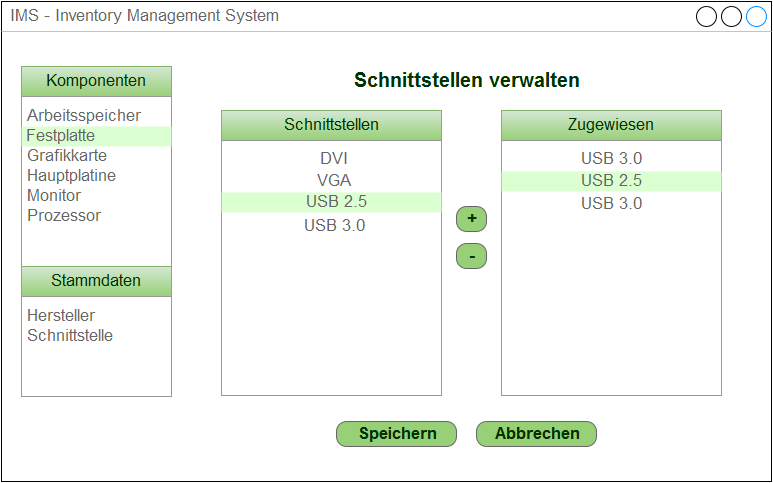
This is Doku/Mockups/mockup_interfaces.png from DarksideCode/Inventory-Management-System, a draw.io export, as it was before one commit. Source tidied: cells renumbered, new cells last; positions are measured from the earlier drawing's top-left corner, leaving out a move shared by most shapes. Its diagram source:
```xml
<mxGraphModel background="#ffffff">
  <root>
    <mxCell id="0" />
    <mxCell id="1" parent="0" />
    <mxCell id="2" value="IMS - Inventory Management System&lt;br&gt;" style="strokeWidth=1;shadow=0;dashed=0;align=center;html=1;shape=mxgraph.mockup.containers.window;align=left;verticalAlign=top;spacingLeft=8;strokeColor2=#008cff;strokeColor3=#c4c4c4;fontColor=#666666;fillColor=#ffffff;mainText=;fontSize=17;" parent="1" vertex="1">
      <mxGeometry width="770" height="480" as="geometry" />
    </mxCell>
    <mxCell id="3" value="&lt;font style=&quot;font-size: 15px&quot;&gt;&lt;b&gt;&lt;font style=&quot;font-size: 20px&quot;&gt;Schnittstellen verwalten&lt;br&gt;&lt;/font&gt;&lt;/b&gt;&lt;/font&gt;" style="text;html=1;strokeColor=none;fillColor=none;align=center;verticalAlign=middle;whiteSpace=wrap;overflow=hidden;rounded=0;glass=0;fontColor=#003300;" parent="1" vertex="1">
      <mxGeometry x="350" y="65" width="230" height="30" as="geometry" />
    </mxCell>
    <mxCell id="4" value="Komponenten" style="strokeWidth=1;shadow=0;dashed=0;align=center;html=1;shape=mxgraph.mockup.forms.rrect;rSize=0;fontColor=#003300;fontSize=17;plain-green;" parent="1" vertex="1">
      <mxGeometry x="20" y="65" width="150" height="30" as="geometry" />
    </mxCell>
    <mxCell id="5" style="strokeWidth=1;shadow=0;dashed=0;align=center;html=1;shape=mxgraph.mockup.forms.rrect;rSize=0;strokeColor=#999999;fillColor=#ffffff;" parent="1" vertex="1">
      <mxGeometry x="20" y="95" width="150" height="170" as="geometry" />
    </mxCell>
    <mxCell id="6" value="Arbeitsspeicher" style="strokeWidth=1;shadow=0;dashed=0;align=center;html=1;shape=mxgraph.mockup.forms.anchor;fontSize=17;fontColor=#666666;align=left;spacingLeft=5;" parent="5" vertex="1">
      <mxGeometry y="10" width="150" height="20" as="geometry" />
    </mxCell>
    <mxCell id="7" value="Hauptplatine" style="strokeWidth=1;shadow=0;dashed=0;align=center;html=1;shape=mxgraph.mockup.forms.anchor;fontSize=17;fontColor=#666666;align=left;spacingLeft=5;" parent="5" vertex="1">
      <mxGeometry y="70" width="150" height="20" as="geometry" />
    </mxCell>
    <mxCell id="8" value="Prozessor" style="strokeWidth=1;shadow=0;dashed=0;align=center;html=1;shape=mxgraph.mockup.forms.anchor;fontSize=17;fontColor=#666666;align=left;spacingLeft=5;" parent="5" vertex="1">
      <mxGeometry y="110" width="150" height="20" as="geometry" />
    </mxCell>
    <mxCell id="9" value="Festplatte" style="strokeWidth=1;shadow=0;dashed=0;align=center;html=1;shape=mxgraph.mockup.forms.rrect;rSize=0;fontSize=17;fontColor=#666666;align=left;spacingLeft=5;fillColor=#DCFFD1;strokeColor=none;" parent="5" vertex="1">
      <mxGeometry y="30" width="150" height="20" as="geometry" />
    </mxCell>
    <mxCell id="10" value="Grafikkarte" style="strokeWidth=1;shadow=0;dashed=0;align=center;html=1;shape=mxgraph.mockup.forms.anchor;fontSize=17;fontColor=#666666;align=left;spacingLeft=5;" parent="5" vertex="1">
      <mxGeometry y="50" width="150" height="20" as="geometry" />
    </mxCell>
    <mxCell id="11" value="Stammdaten" style="strokeWidth=1;shadow=0;dashed=0;align=center;html=1;shape=mxgraph.mockup.forms.rrect;rSize=0;fontColor=#003300;fontSize=17;plain-green;" parent="1" vertex="1">
      <mxGeometry x="20" y="265" width="150" height="30" as="geometry" />
    </mxCell>
    <mxCell id="12" value="Monitor" style="strokeWidth=1;shadow=0;dashed=0;align=center;html=1;shape=mxgraph.mockup.forms.anchor;fontSize=17;fontColor=#666666;align=left;spacingLeft=5;" parent="1" vertex="1">
      <mxGeometry x="20" y="185" width="150" height="20" as="geometry" />
    </mxCell>
    <mxCell id="13" style="strokeWidth=1;shadow=0;dashed=0;align=center;html=1;shape=mxgraph.mockup.forms.rrect;rSize=0;strokeColor=#999999;fillColor=#ffffff;" parent="1" vertex="1">
      <mxGeometry x="20" y="295" width="150" height="100" as="geometry" />
    </mxCell>
    <mxCell id="14" value="Hersteller" style="strokeWidth=1;shadow=0;dashed=0;align=center;html=1;shape=mxgraph.mockup.forms.anchor;fontSize=17;fontColor=#666666;align=left;spacingLeft=5;" parent="1" vertex="1">
      <mxGeometry x="20" y="305" width="150" height="20" as="geometry" />
    </mxCell>
    <mxCell id="15" value="Schnittstelle" style="strokeWidth=1;shadow=0;dashed=0;align=center;html=1;shape=mxgraph.mockup.forms.anchor;fontSize=17;fontColor=#666666;align=left;spacingLeft=5;" parent="1" vertex="1">
      <mxGeometry x="20" y="325" width="150" height="20" as="geometry" />
    </mxCell>
    <mxCell id="16" value="Speichern" style="strokeWidth=1;shadow=0;dashed=0;align=center;html=1;shape=mxgraph.mockup.buttons.button;strokeColor=#666666;fontColor=#003300;mainText=;buttonStyle=round;fontSize=17;fontStyle=1;fillColor=#97D077;whiteSpace=wrap;rounded=0;glass=0;" parent="1" vertex="1">
      <mxGeometry x="335" y="420" width="120" height="25" as="geometry" />
    </mxCell>
    <mxCell id="17" value="Abbrechen" style="strokeWidth=1;shadow=0;dashed=0;align=center;html=1;shape=mxgraph.mockup.buttons.button;strokeColor=#666666;fontColor=#003300;mainText=;buttonStyle=round;fontSize=17;fontStyle=1;fillColor=#97D077;whiteSpace=wrap;rounded=0;glass=0;" parent="1" vertex="1">
      <mxGeometry x="475" y="420" width="120" height="25" as="geometry" />
    </mxCell>
    <mxCell id="18" value="Schnittstellen" style="strokeWidth=1;shadow=0;dashed=0;align=center;html=1;shape=mxgraph.mockup.forms.rrect;rSize=0;fontColor=#003300;fontSize=17;plain-green;" parent="1" vertex="1">
      <mxGeometry x="220" y="109" width="220" height="30" as="geometry" />
    </mxCell>
    <mxCell id="19" style="strokeWidth=1;shadow=0;dashed=0;align=center;html=1;shape=mxgraph.mockup.forms.rrect;rSize=0;strokeColor=#999999;fillColor=#ffffff;" parent="1" vertex="1">
      <mxGeometry x="220" y="139" width="220" height="255" as="geometry" />
    </mxCell>
    <mxCell id="20" value="DVI" style="strokeWidth=1;shadow=0;dashed=0;align=center;html=1;shape=mxgraph.mockup.forms.anchor;fontSize=17;fontColor=#666666;align=left;spacingLeft=5;" parent="1" vertex="1">
      <mxGeometry x="313" y="148" width="40" height="20" as="geometry" />
    </mxCell>
    <mxCell id="21" value="VGA" style="strokeWidth=1;shadow=0;dashed=0;align=center;html=1;shape=mxgraph.mockup.forms.anchor;fontSize=17;fontColor=#666666;align=left;spacingLeft=5;" parent="1" vertex="1">
      <mxGeometry x="310" y="170" width="50" height="20" as="geometry" />
    </mxCell>
    <mxCell id="22" value="&lt;div align=&quot;center&quot;&gt;&amp;nbsp;&amp;nbsp;&amp;nbsp;&amp;nbsp;&amp;nbsp;&amp;nbsp;&amp;nbsp;&amp;nbsp;&amp;nbsp;&amp;nbsp;&amp;nbsp;&amp;nbsp;&amp;nbsp;&amp;nbsp;&amp;nbsp; USB 2.5&lt;br&gt;&lt;/div&gt;" style="strokeWidth=1;shadow=0;dashed=0;align=center;html=1;shape=mxgraph.mockup.forms.rrect;rSize=0;fontSize=17;fontColor=#666666;align=left;spacingLeft=5;fillColor=#DCFFD1;strokeColor=none;fontStyle=0;" parent="1" vertex="1">
      <mxGeometry x="220" y="191" width="220" height="20" as="geometry" />
    </mxCell>
    <mxCell id="23" value="USB 3.0&lt;br&gt;" style="strokeWidth=1;shadow=0;dashed=0;align=center;html=1;shape=mxgraph.mockup.forms.anchor;fontSize=17;fontColor=#666666;align=left;spacingLeft=5;" parent="1" vertex="1">
      <mxGeometry x="297" y="215" width="72" height="20" as="geometry" />
    </mxCell>
    <mxCell id="24" value="+" style="strokeWidth=1;shadow=0;dashed=0;align=center;html=1;shape=mxgraph.mockup.buttons.button;strokeColor=#666666;fontColor=#003300;mainText=;buttonStyle=round;fontSize=17;fontStyle=1;fillColor=#97D077;whiteSpace=wrap;rounded=0;glass=0;" parent="1" vertex="1">
      <mxGeometry x="455" y="205" width="30" height="25" as="geometry" />
    </mxCell>
    <mxCell id="25" value="-" style="strokeWidth=1;shadow=0;dashed=0;align=center;html=1;shape=mxgraph.mockup.buttons.button;strokeColor=#666666;fontColor=#003300;mainText=;buttonStyle=round;fontSize=17;fontStyle=1;fillColor=#97D077;whiteSpace=wrap;rounded=0;glass=0;" parent="1" vertex="1">
      <mxGeometry x="455" y="242" width="30" height="25" as="geometry" />
    </mxCell>
    <mxCell id="26" value="Zugewiesen" style="strokeWidth=1;shadow=0;dashed=0;align=center;html=1;shape=mxgraph.mockup.forms.rrect;rSize=0;fontColor=#003300;fontSize=17;plain-green;" parent="1" vertex="1">
      <mxGeometry x="500" y="109" width="220" height="30" as="geometry" />
    </mxCell>
    <mxCell id="27" style="strokeWidth=1;shadow=0;dashed=0;align=center;html=1;shape=mxgraph.mockup.forms.rrect;rSize=0;strokeColor=#999999;fillColor=#ffffff;" parent="1" vertex="1">
      <mxGeometry x="500" y="139" width="220" height="255" as="geometry" />
    </mxCell>
    <mxCell id="28" value="USB 3.0&lt;br&gt;" style="strokeWidth=1;shadow=0;dashed=0;align=center;html=1;shape=mxgraph.mockup.forms.anchor;fontSize=17;fontColor=#666666;align=left;spacingLeft=5;" parent="1" vertex="1">
      <mxGeometry x="574" y="148" width="72" height="20" as="geometry" />
    </mxCell>
    <mxCell id="29" value="&lt;div align=&quot;center&quot;&gt;&amp;nbsp;&amp;nbsp;&amp;nbsp;&amp;nbsp;&amp;nbsp;&amp;nbsp;&amp;nbsp;&amp;nbsp;&amp;nbsp;&amp;nbsp;&amp;nbsp;&amp;nbsp;&amp;nbsp;&amp;nbsp; USB 2.5&lt;br&gt;&lt;/div&gt;" style="strokeWidth=1;shadow=0;dashed=0;align=center;html=1;shape=mxgraph.mockup.forms.rrect;rSize=0;fontSize=17;fontColor=#666666;align=left;spacingLeft=5;fillColor=#DCFFD1;strokeColor=none;fontStyle=0;" parent="1" vertex="1">
      <mxGeometry x="500" y="170" width="220" height="20" as="geometry" />
    </mxCell>
    <mxCell id="30" value="USB 3.0&lt;br&gt;" style="strokeWidth=1;shadow=0;dashed=0;align=center;html=1;shape=mxgraph.mockup.forms.anchor;fontSize=17;fontColor=#666666;align=left;spacingLeft=5;" parent="1" vertex="1">
      <mxGeometry x="574" y="193" width="72" height="20" as="geometry" />
    </mxCell>
  </root>
</mxGraphModel>
```
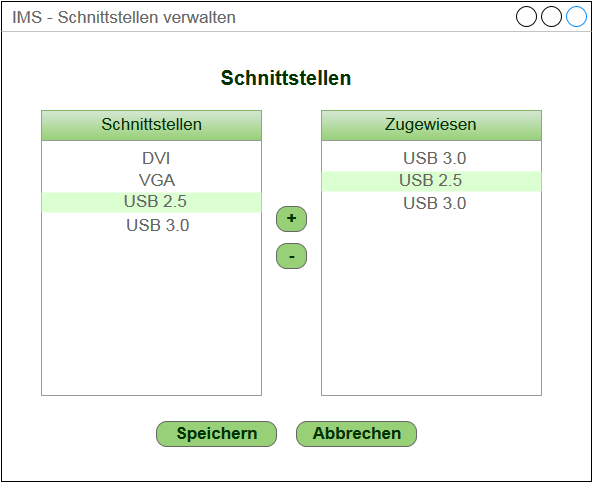
Later version of the same file.

The edit, as a diff of the source:
```diff
@@ -2,48 +2,12 @@
   <root>
     <mxCell id="0" />
     <mxCell id="1" parent="0" />
-    <mxCell id="2" value="IMS - Inventory Management System&lt;br&gt;" style="strokeWidth=1;shadow=0;dashed=0;align=center;html=1;shape=mxgraph.mockup.containers.window;align=left;verticalAlign=top;spacingLeft=8;strokeColor2=#008cff;strokeColor3=#c4c4c4;fontColor=#666666;fillColor=#ffffff;mainText=;fontSize=17;" parent="1" vertex="1">
-      <mxGeometry width="770" height="480" as="geometry" />
+    <mxCell id="2" value="IMS - Schnittstellen verwalten&lt;br&gt;" style="strokeWidth=1;shadow=0;dashed=0;align=center;html=1;shape=mxgraph.mockup.containers.window;align=left;verticalAlign=top;spacingLeft=8;strokeColor2=#008cff;strokeColor3=#c4c4c4;fontColor=#666666;fillColor=#ffffff;mainText=;fontSize=17;" parent="1" vertex="1">
+      <mxGeometry x="180" width="590" height="480" as="geometry" />
     </mxCell>
     <mxCell id="3" value="&lt;font style=&quot;font-size: 15px&quot;&gt;&lt;b&gt;&lt;font style=&quot;font-size: 20px&quot;&gt;Schnittstellen verwalten&lt;br&gt;&lt;/font&gt;&lt;/b&gt;&lt;/font&gt;" style="text;html=1;strokeColor=none;fillColor=none;align=center;verticalAlign=middle;whiteSpace=wrap;overflow=hidden;rounded=0;glass=0;fontColor=#003300;" parent="1" vertex="1">
       <mxGeometry x="350" y="65" width="230" height="30" as="geometry" />
     </mxCell>
-    <mxCell id="4" value="Komponenten" style="strokeWidth=1;shadow=0;dashed=0;align=center;html=1;shape=mxgraph.mockup.forms.rrect;rSize=0;fontColor=#003300;fontSize=17;plain-green;" parent="1" vertex="1">
-      <mxGeometry x="20" y="65" width="150" height="30" as="geometry" />
-    </mxCell>
-    <mxCell id="5" style="strokeWidth=1;shadow=0;dashed=0;align=center;html=1;shape=mxgraph.mockup.forms.rrect;rSize=0;strokeColor=#999999;fillColor=#ffffff;" parent="1" vertex="1">
-      <mxGeometry x="20" y="95" width="150" height="170" as="geometry" />
-    </mxCell>
-    <mxCell id="6" value="Arbeitsspeicher" style="strokeWidth=1;shadow=0;dashed=0;align=center;html=1;shape=mxgraph.mockup.forms.anchor;fontSize=17;fontColor=#666666;align=left;spacingLeft=5;" parent="5" vertex="1">
-      <mxGeometry y="10" width="150" height="20" as="geometry" />
-    </mxCell>
-    <mxCell id="7" value="Hauptplatine" style="strokeWidth=1;shadow=0;dashed=0;align=center;html=1;shape=mxgraph.mockup.forms.anchor;fontSize=17;fontColor=#666666;align=left;spacingLeft=5;" parent="5" vertex="1">
-      <mxGeometry y="70" width="150" height="20" as="geometry" />
-    </mxCell>
-    <mxCell id="8" value="Prozessor" style="strokeWidth=1;shadow=0;dashed=0;align=center;html=1;shape=mxgraph.mockup.forms.anchor;fontSize=17;fontColor=#666666;align=left;spacingLeft=5;" parent="5" vertex="1">
-      <mxGeometry y="110" width="150" height="20" as="geometry" />
-    </mxCell>
-    <mxCell id="9" value="Festplatte" style="strokeWidth=1;shadow=0;dashed=0;align=center;html=1;shape=mxgraph.mockup.forms.rrect;rSize=0;fontSize=17;fontColor=#666666;align=left;spacingLeft=5;fillColor=#DCFFD1;strokeColor=none;" parent="5" vertex="1">
-      <mxGeometry y="30" width="150" height="20" as="geometry" />
-    </mxCell>
-    <mxCell id="10" value="Grafikkarte" style="strokeWidth=1;shadow=0;dashed=0;align=center;html=1;shape=mxgraph.mockup.forms.anchor;fontSize=17;fontColor=#666666;align=left;spacingLeft=5;" parent="5" vertex="1">
-      <mxGeometry y="50" width="150" height="20" as="geometry" />
-    </mxCell>
-    <mxCell id="11" value="Stammdaten" style="strokeWidth=1;shadow=0;dashed=0;align=center;html=1;shape=mxgraph.mockup.forms.rrect;rSize=0;fontColor=#003300;fontSize=17;plain-green;" parent="1" vertex="1">
-      <mxGeometry x="20" y="265" width="150" height="30" as="geometry" />
-    </mxCell>
-    <mxCell id="12" value="Monitor" style="strokeWidth=1;shadow=0;dashed=0;align=center;html=1;shape=mxgraph.mockup.forms.anchor;fontSize=17;fontColor=#666666;align=left;spacingLeft=5;" parent="1" vertex="1">
-      <mxGeometry x="20" y="185" width="150" height="20" as="geometry" />
-    </mxCell>
-    <mxCell id="13" style="strokeWidth=1;shadow=0;dashed=0;align=center;html=1;shape=mxgraph.mockup.forms.rrect;rSize=0;strokeColor=#999999;fillColor=#ffffff;" parent="1" vertex="1">
-      <mxGeometry x="20" y="295" width="150" height="100" as="geometry" />
-    </mxCell>
-    <mxCell id="14" value="Hersteller" style="strokeWidth=1;shadow=0;dashed=0;align=center;html=1;shape=mxgraph.mockup.forms.anchor;fontSize=17;fontColor=#666666;align=left;spacingLeft=5;" parent="1" vertex="1">
-      <mxGeometry x="20" y="305" width="150" height="20" as="geometry" />
-    </mxCell>
-    <mxCell id="15" value="Schnittstelle" style="strokeWidth=1;shadow=0;dashed=0;align=center;html=1;shape=mxgraph.mockup.forms.anchor;fontSize=17;fontColor=#666666;align=left;spacingLeft=5;" parent="1" vertex="1">
-      <mxGeometry x="20" y="325" width="150" height="20" as="geometry" />
-    </mxCell>
     <mxCell id="16" value="Speichern" style="strokeWidth=1;shadow=0;dashed=0;align=center;html=1;shape=mxgraph.mockup.buttons.button;strokeColor=#666666;fontColor=#003300;mainText=;buttonStyle=round;fontSize=17;fontStyle=1;fillColor=#97D077;whiteSpace=wrap;rounded=0;glass=0;" parent="1" vertex="1">
       <mxGeometry x="335" y="420" width="120" height="25" as="geometry" />
     </mxCell>
```
